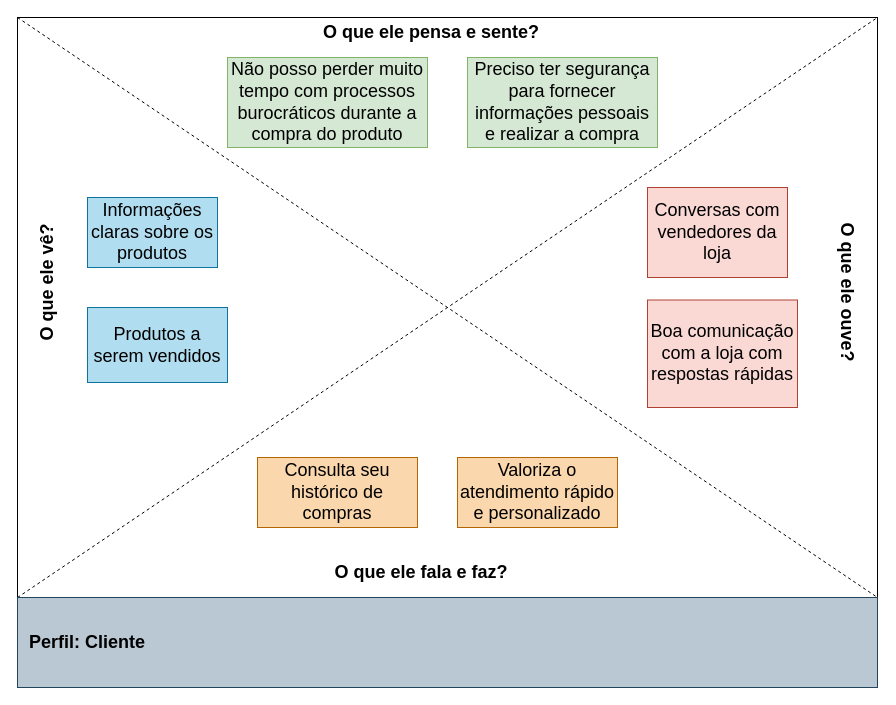
Earlier version of the draw.io diagram page "Cliente" (3 of 4) of projeto/documentacao/Mapa de empatia.drawio (adjamirgalvao/pucminas). Source tidied: cells renumbered, new cells numbered last; positions are measured from the earlier drawing's top-left corner, leaving out a move shared by most shapes. Both pictures are drawn from the tidied source at 100%, with x=0, y=0 at pixel (-33, 17).
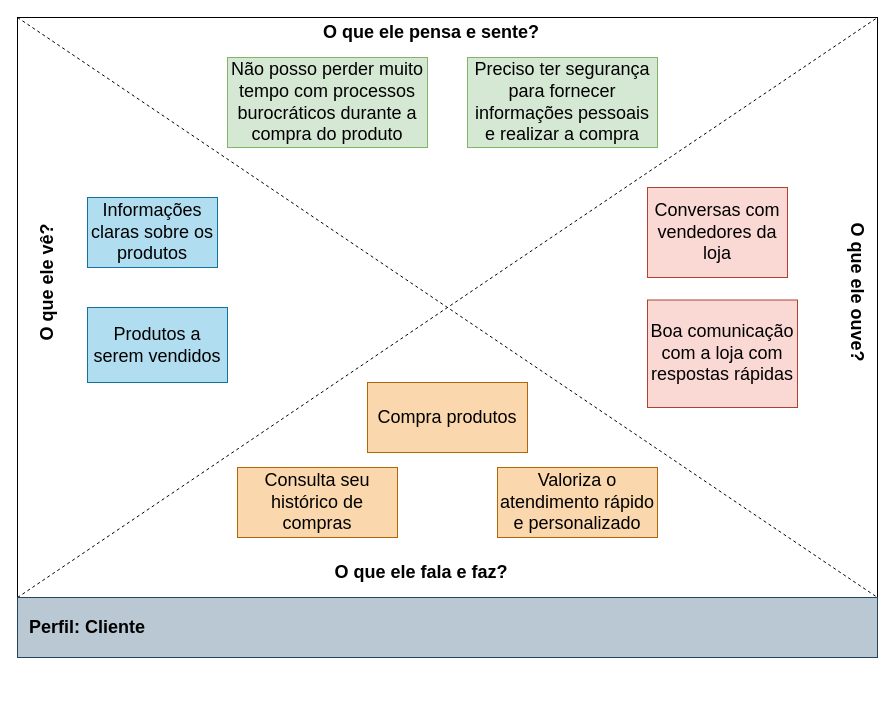
The same diagram, later.

The edit, as a diff of the source:
```diff
@@
 <mxGraphModel>
   <root>
     <mxCell id="0" />
     <mxCell id="1" parent="0" />
     <mxCell id="2" style="rounded=0;whiteSpace=wrap;html=1;fillColor=none;" parent="1" vertex="1">
       <mxGeometry x="50" width="860" height="580" as="geometry" />
     </mxCell>
     <mxCell id="3" style="endArrow=none;dashed=1;html=1;rounded=0;exitX=0;exitY=1;exitDx=0;exitDy=0;entryX=1;entryY=0;entryDx=0;entryDy=0;" parent="1" edge="1" source="2" target="2">
       <mxGeometry relative="1" as="geometry" />
     </mxCell>
     <mxCell id="4" style="endArrow=none;dashed=1;html=1;rounded=0;entryX=1;entryY=1;entryDx=0;entryDy=0;exitX=0;exitY=0;exitDx=0;exitDy=0;" parent="1" edge="1" source="2" target="2">
       <mxGeometry relative="1" as="geometry" />
     </mxCell>
     <mxCell id="5" value="&lt;font style=&quot;font-size: 18px;&quot;&gt;&lt;b&gt;O que ele pensa e sente?&lt;/b&gt;&lt;/font&gt;" style="text;html=1;strokeColor=none;fillColor=none;align=center;verticalAlign=middle;whiteSpace=wrap;rounded=0;" parent="1" vertex="1">
       <mxGeometry x="354" width="220" height="30" as="geometry" />
     </mxCell>
     <mxCell id="6" value="&lt;font style=&quot;font-size: 18px;&quot;&gt;&lt;b&gt;O que ele ouve?&lt;/b&gt;&lt;/font&gt;" style="text;html=1;strokeColor=none;fillColor=none;align=center;verticalAlign=middle;whiteSpace=wrap;rounded=0;rotation=90;" parent="1" vertex="1">
-      <mxGeometry x="800" y="260" width="160" height="30" as="geometry" />
+      <mxGeometry x="810" y="260" width="160" height="30" as="geometry" />
     </mxCell>
     <mxCell id="7" value="&lt;font style=&quot;font-size: 18px;&quot;&gt;&lt;b&gt;O que ele vê?&lt;/b&gt;&lt;/font&gt;" style="text;html=1;strokeColor=none;fillColor=none;align=center;verticalAlign=middle;whiteSpace=wrap;rounded=0;rotation=270;" parent="1" vertex="1">
       <mxGeometry y="250" width="160" height="30" as="geometry" />
     </mxCell>
     <mxCell id="8" value="&lt;font style=&quot;font-size: 18px;&quot;&gt;&lt;b&gt;O que ele fala e faz?&lt;/b&gt;&lt;/font&gt;" style="text;html=1;strokeColor=none;fillColor=none;align=center;verticalAlign=middle;whiteSpace=wrap;rounded=0;" parent="1" vertex="1">
       <mxGeometry x="344" y="540" width="220" height="30" as="geometry" />
     </mxCell>
     <mxCell id="9" value="Informações claras sobre os produtos" style="rounded=0;whiteSpace=wrap;html=1;fontSize=18;fillColor=#b1ddf0;strokeColor=#10739e;" parent="1" vertex="1">
       <mxGeometry x="120" y="180" width="130" height="70" as="geometry" />
     </mxCell>
     <mxCell id="10" value="Produtos a serem vendidos" style="rounded=0;whiteSpace=wrap;html=1;fontSize=18;fillColor=#b1ddf0;strokeColor=#10739e;" parent="1" vertex="1">
       <mxGeometry x="120" y="290" width="140" height="75" as="geometry" />
     </mxCell>
     <mxCell id="11" value="Conversas com vendedores da loja" style="rounded=0;whiteSpace=wrap;html=1;fontSize=18;fillColor=#fad9d5;strokeColor=#ae4132;" parent="1" vertex="1">
       <mxGeometry x="680" y="170" width="140" height="90" as="geometry" />
     </mxCell>
     <mxCell id="12" value="Consulta seu histórico de compras" style="rounded=0;whiteSpace=wrap;html=1;fontSize=18;fillColor=#fad7ac;strokeColor=#b46504;" parent="1" vertex="1">
-      <mxGeometry x="290" y="440" width="160" height="70" as="geometry" />
+      <mxGeometry x="270" y="450" width="160" height="70" as="geometry" />
     </mxCell>
     <mxCell id="13" value="Não posso perder muito tempo com processos burocráticos durante a compra do produto" style="rounded=0;whiteSpace=wrap;html=1;fontSize=18;fillColor=#d5e8d4;strokeColor=#82b366;" parent="1" vertex="1">
       <mxGeometry x="260" y="40" width="200" height="90" as="geometry" />
     </mxCell>
     <mxCell id="14" value="Preciso ter segurança para fornecer informações pessoais e realizar a compra" style="rounded=0;whiteSpace=wrap;html=1;fontSize=18;fillColor=#d5e8d4;strokeColor=#82b366;" parent="1" vertex="1">
       <mxGeometry x="500" y="40" width="190" height="90" as="geometry" />
     </mxCell>
     <mxCell id="15" value="&lt;b&gt;&amp;nbsp; Perfil: Cliente&lt;/b&gt;" style="rounded=0;whiteSpace=wrap;html=1;fontSize=18;fillColor=#bac8d3;strokeColor=#23445d;align=left;" parent="1" vertex="1">
-      <mxGeometry x="50" y="580" width="860" height="90" as="geometry" />
+      <mxGeometry x="50" y="580" width="860" height="60" as="geometry" />
     </mxCell>
     <mxCell id="16" value="Valoriza o atendimento rápido e personalizado" style="rounded=0;whiteSpace=wrap;html=1;fontSize=18;fillColor=#fad7ac;strokeColor=#b46504;" parent="1" vertex="1">
-      <mxGeometry x="490" y="440" width="160" height="70" as="geometry" />
+      <mxGeometry x="530" y="450" width="160" height="70" as="geometry" />
     </mxCell>
     <mxCell id="17" value="Boa comunicação com a loja com respostas rápidas" style="rounded=0;whiteSpace=wrap;html=1;fontSize=18;fillColor=#fad9d5;strokeColor=#ae4132;" parent="1" vertex="1">
       <mxGeometry x="680" y="282.5" width="150" height="107.5" as="geometry" />
     </mxCell>
+    <mxCell id="18" value="Compra produtos" style="rounded=0;whiteSpace=wrap;html=1;fontSize=18;fillColor=#fad7ac;strokeColor=#b46504;" parent="1" vertex="1">
+      <mxGeometry x="400" y="365" width="160" height="70" as="geometry" />
+    </mxCell>
   </root>
 </mxGraphModel>
```
